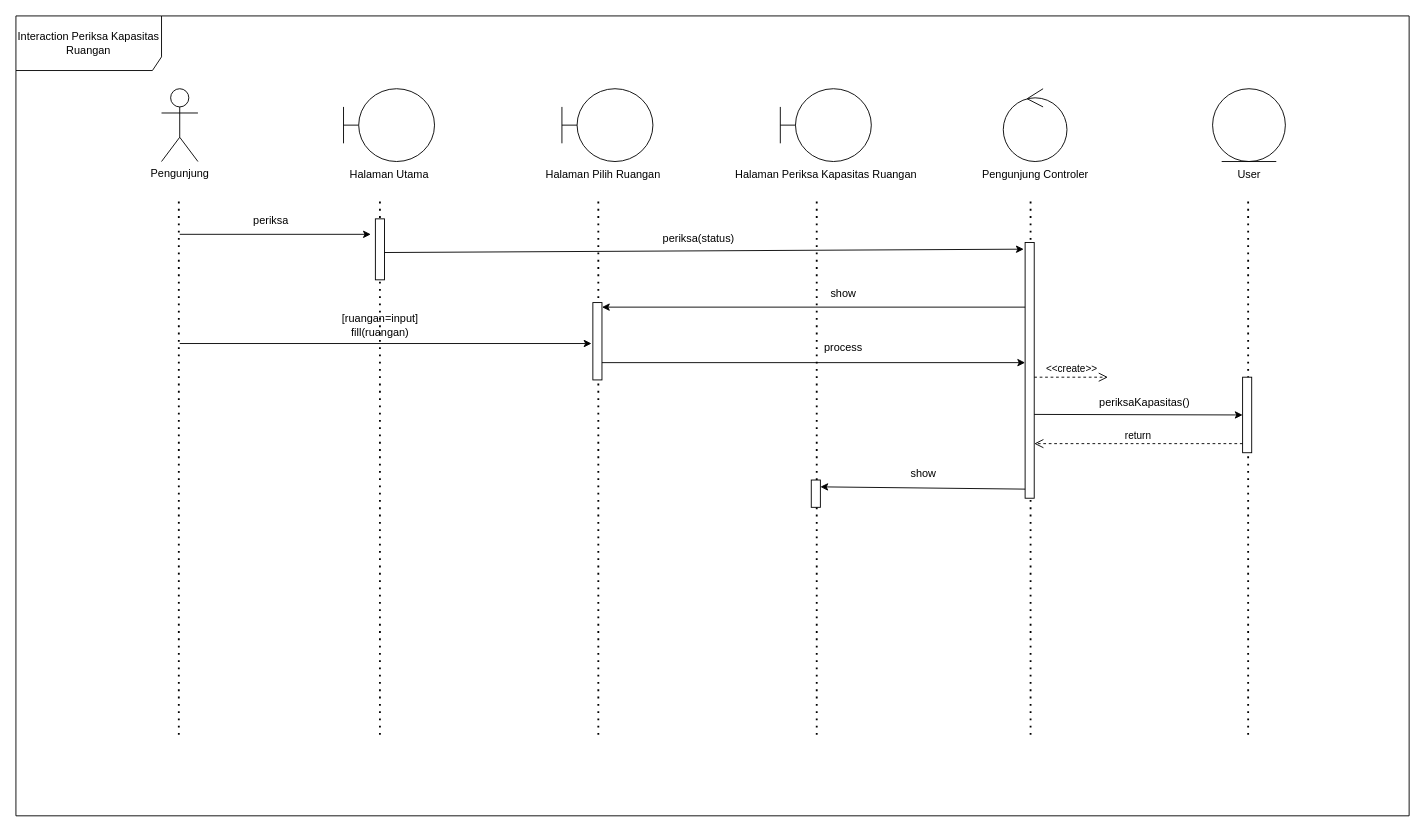
Before: sd-Periksa_Kapasitas_Ruangan.drawio.xml in andrewsalim101/sequence-diagram-rkb, a draw.io diagram. Source tidied: cells renumbered, new cells numbered last; positions are measured from the earlier drawing's top-left corner, leaving out a move shared by most shapes. Both pictures are drawn from the tidied source at 91%, with x=0, y=0 at pixel (15, 15).
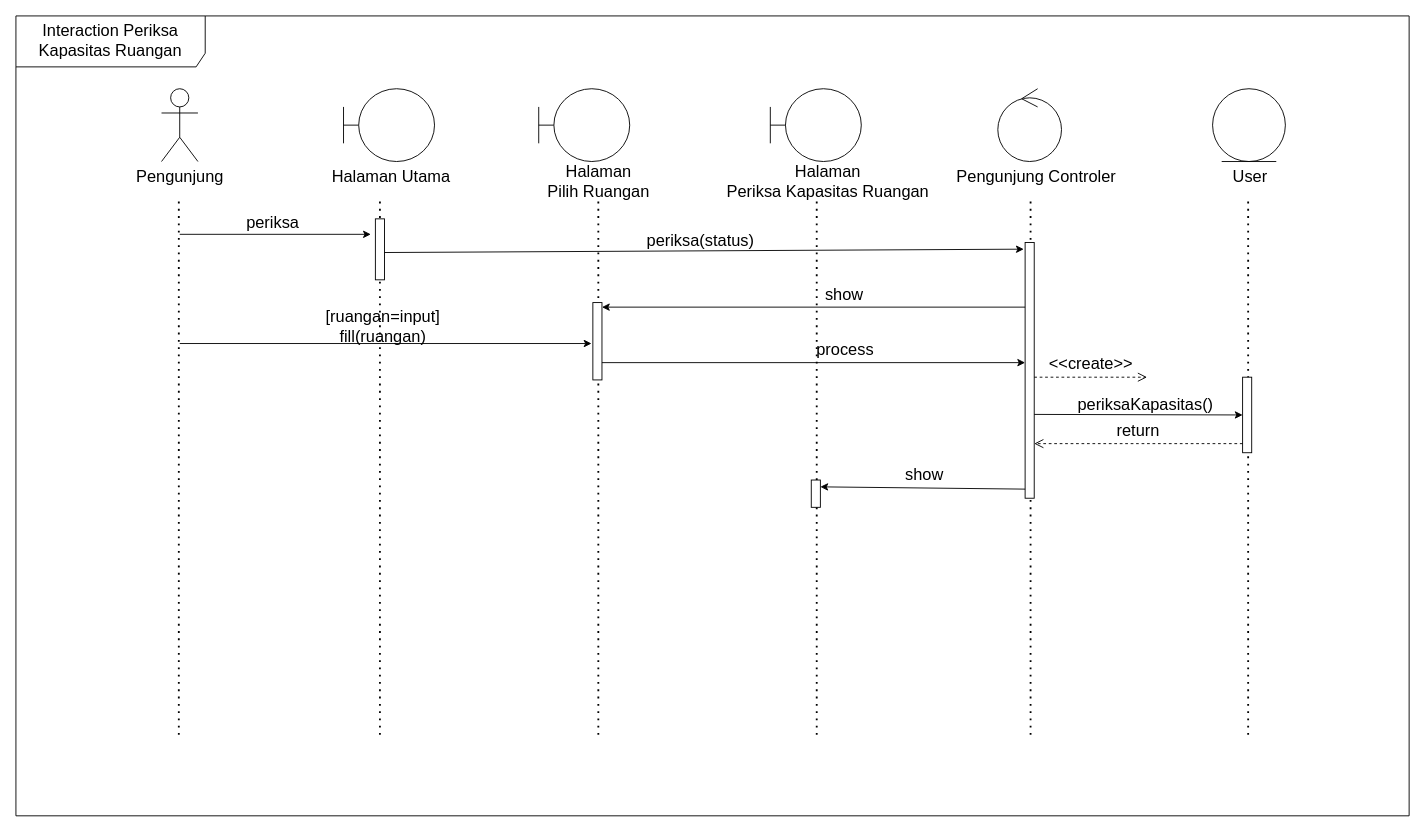
The same page after the edit.

Unchanged cells that the change refers to:
```xml
<mxCell id="20" style="rounded=0;whiteSpace=wrap;html=1;" parent="1" vertex="1">
  <mxGeometry x="1109" y="249" width="10" height="281" as="geometry" />
</mxCell>
```

Diff of the diagram source:
```diff
@@
-    <mxCell id="2" value="Pengunjung" style="shape=umlActor;verticalLabelPosition=bottom;verticalAlign=top;html=1;" parent="1" vertex="1">
+    <mxCell id="2" value="Pengunjung" style="shape=umlActor;verticalLabelPosition=bottom;verticalAlign=top;html=1;fontSize=18;" parent="1" vertex="1">
       <mxGeometry x="160" y="80" width="40" height="80" as="geometry" />
     </mxCell>
@@
-    <mxCell id="5" value="Halaman Utama" style="text;html=1;align=center;verticalAlign=middle;strokeColor=none;fillColor=none;" parent="1" vertex="1">
-      <mxGeometry x="355" y="160" width="110" height="30" as="geometry" />
+    <mxCell id="5" value="Halaman Utama" style="text;html=1;align=center;verticalAlign=middle;strokeColor=none;fillColor=none;fontSize=18;" parent="1" vertex="1">
+      <mxGeometry x="338" y="160" width="148" height="34" as="geometry" />
     </mxCell>
     <mxCell id="6" style="shape=umlBoundary;whiteSpace=wrap;html=1;" parent="1" vertex="1">
-      <mxGeometry x="600" y="80" width="100" height="80" as="geometry" />
+      <mxGeometry x="574.5" y="80" width="100" height="80" as="geometry" />
     </mxCell>
-    <mxCell id="7" value="Halaman Periksa Kapasitas Ruangan" style="text;html=1;align=center;verticalAlign=middle;strokeColor=none;fillColor=none;" parent="1" vertex="1">
-      <mxGeometry x="780" y="160" width="220" height="30" as="geometry" />
+    <mxCell id="7" value="Halaman &lt;br&gt;Periksa Kapasitas Ruangan" style="text;html=1;align=center;verticalAlign=middle;strokeColor=none;fillColor=none;fontSize=18;" parent="1" vertex="1">
+      <mxGeometry x="772" y="154" width="240" height="55" as="geometry" />
     </mxCell>
     <mxCell id="8" style="ellipse;shape=umlControl;whiteSpace=wrap;html=1;" parent="1" vertex="1">
-      <mxGeometry x="1085" y="80" width="70" height="80" as="geometry" />
+      <mxGeometry x="1079" y="80" width="70" height="80" as="geometry" />
     </mxCell>
-    <mxCell id="9" value="Pengunjung Controler" style="text;html=1;align=center;verticalAlign=middle;strokeColor=none;fillColor=none;" parent="1" vertex="1">
-      <mxGeometry x="1050" y="160" width="140" height="30" as="geometry" />
+    <mxCell id="9" value="Pengunjung Controler" style="text;html=1;align=center;verticalAlign=middle;strokeColor=none;fillColor=none;fontSize=18;" parent="1" vertex="1">
+      <mxGeometry x="1024" y="160" width="193" height="34" as="geometry" />
     </mxCell>
@@
-    <mxCell id="11" value="User" style="text;html=1;align=center;verticalAlign=middle;strokeColor=none;fillColor=none;" parent="1" vertex="1">
-      <mxGeometry x="1330" y="160" width="50" height="30" as="geometry" />
+    <mxCell id="11" value="User" style="text;html=1;align=center;verticalAlign=middle;strokeColor=none;fillColor=none;fontSize=18;" parent="1" vertex="1">
+      <mxGeometry x="1328" y="160" width="56" height="34" as="geometry" />
     </mxCell>
@@
-    <mxCell id="18" value="periksa" style="text;html=1;align=center;verticalAlign=middle;strokeColor=none;fillColor=none;" parent="1" vertex="1">
-      <mxGeometry x="250" y="210" width="60" height="30" as="geometry" />
+    <mxCell id="18" value="periksa" style="text;html=1;align=center;verticalAlign=middle;strokeColor=none;fillColor=none;fontSize=18;" parent="1" vertex="1">
+      <mxGeometry x="244" y="210" width="76" height="34" as="geometry" />
     </mxCell>
@@
     <mxCell id="22" style="shape=umlBoundary;whiteSpace=wrap;html=1;" parent="1" vertex="1">
-      <mxGeometry x="840" y="80" width="100" height="80" as="geometry" />
+      <mxGeometry x="829" y="80" width="100" height="80" as="geometry" />
     </mxCell>
-    <mxCell id="23" value="Halaman Pilih Ruangan" style="text;html=1;align=center;verticalAlign=middle;strokeColor=none;fillColor=none;" parent="1" vertex="1">
-      <mxGeometry x="570" y="160" width="150" height="30" as="geometry" />
+    <mxCell id="23" value="Halaman &lt;br&gt;Pilih Ruangan" style="text;html=1;align=center;verticalAlign=middle;strokeColor=none;fillColor=none;fontSize=18;" parent="1" vertex="1">
+      <mxGeometry x="574.5" y="155" width="130" height="55" as="geometry" />
     </mxCell>
@@
-    <mxCell id="30" value="return" style="html=1;verticalAlign=bottom;endArrow=open;dashed=1;endSize=8;edgeStyle=elbowEdgeStyle;elbow=vertical;curved=0;rounded=0;" parent="1" edge="1" target="20">
+    <mxCell id="30" value="return" style="html=1;verticalAlign=bottom;endArrow=open;dashed=1;endSize=8;edgeStyle=elbowEdgeStyle;elbow=vertical;curved=0;rounded=0;fontSize=18;" parent="1" edge="1" target="20">
       <mxGeometry relative="1" as="geometry">
         <mxPoint x="1348" y="470" as="sourcePoint" />
       </mxGeometry>
     </mxCell>
@@
-    <mxCell id="33" value="periksa(status)" style="text;html=1;align=center;verticalAlign=middle;strokeColor=none;fillColor=none;" parent="1" vertex="1">
-      <mxGeometry x="700" y="230" width="100" height="30" as="geometry" />
+    <mxCell id="33" value="periksa(status)" style="text;html=1;align=center;verticalAlign=middle;strokeColor=none;fillColor=none;fontSize=18;" parent="1" vertex="1">
+      <mxGeometry x="684" y="230" width="136" height="34" as="geometry" />
     </mxCell>
-    <mxCell id="34" value="show" style="text;html=1;align=center;verticalAlign=middle;strokeColor=none;fillColor=none;" parent="1" vertex="1">
-      <mxGeometry x="884" y="290" width="50" height="30" as="geometry" />
+    <mxCell id="34" value="show" style="text;html=1;align=center;verticalAlign=middle;strokeColor=none;fillColor=none;fontSize=18;" parent="1" vertex="1">
+      <mxGeometry x="880" y="290" width="60" height="34" as="geometry" />
     </mxCell>
-    <mxCell id="35" value="[ruangan=input]&lt;br&gt;fill(ruangan)" style="text;html=1;align=center;verticalAlign=middle;strokeColor=none;fillColor=none;" parent="1" vertex="1">
-      <mxGeometry x="345" y="320" width="110" height="40" as="geometry" />
+    <mxCell id="35" value="[ruangan=input]&lt;br style=&quot;font-size: 18px;&quot;&gt;fill(ruangan)" style="text;html=1;align=center;verticalAlign=middle;strokeColor=none;fillColor=none;fontSize=18;" parent="1" vertex="1">
+      <mxGeometry x="331" y="314" width="144" height="55" as="geometry" />
     </mxCell>
-    <mxCell id="36" value="process" style="text;html=1;align=center;verticalAlign=middle;strokeColor=none;fillColor=none;" parent="1" vertex="1">
-      <mxGeometry x="874" y="350" width="70" height="30" as="geometry" />
+    <mxCell id="36" value="process" style="text;html=1;align=center;verticalAlign=middle;strokeColor=none;fillColor=none;fontSize=18;" parent="1" vertex="1">
+      <mxGeometry x="870" y="350" width="81" height="34" as="geometry" />
     </mxCell>
-    <mxCell id="37" value="&amp;lt;&amp;lt;create&amp;gt;&amp;gt;" style="html=1;verticalAlign=bottom;endArrow=open;dashed=1;endSize=8;edgeStyle=elbowEdgeStyle;elbow=vertical;curved=0;rounded=0;" parent="1" edge="1">
+    <mxCell id="37" value="&amp;lt;&amp;lt;create&amp;gt;&amp;gt;" style="html=1;verticalAlign=bottom;endArrow=open;dashed=1;endSize=8;edgeStyle=elbowEdgeStyle;elbow=vertical;curved=0;rounded=0;fontSize=18;" parent="1" edge="1">
       <mxGeometry relative="1" as="geometry">
         <mxPoint x="1119" y="397" as="sourcePoint" />
-        <mxPoint x="1200" y="397" as="targetPoint" />
+        <mxPoint x="1243" y="397" as="targetPoint" />
       </mxGeometry>
     </mxCell>
-    <mxCell id="38" value="periksaKapasitas()" style="text;html=1;align=center;verticalAlign=middle;strokeColor=none;fillColor=none;" parent="1" vertex="1">
-      <mxGeometry x="1180" y="410" width="120" height="30" as="geometry" />
+    <mxCell id="38" value="periksaKapasitas()" style="text;html=1;align=center;verticalAlign=middle;strokeColor=none;fillColor=none;fontSize=18;" parent="1" vertex="1">
+      <mxGeometry x="1157" y="410" width="167" height="34" as="geometry" />
     </mxCell>
-    <mxCell id="39" value="Interaction Periksa Kapasitas Ruangan" style="shape=umlFrame;whiteSpace=wrap;html=1;width=160;height=60;" parent="1" vertex="1">
+    <mxCell id="39" value="Interaction Periksa Kapasitas Ruangan" style="shape=umlFrame;whiteSpace=wrap;html=1;width=208;height=56;fontSize=18;" parent="1" vertex="1">
       <mxGeometry width="1531" height="879" as="geometry" />
     </mxCell>
-    <mxCell id="40" value="show" style="text;html=1;align=center;verticalAlign=middle;strokeColor=none;fillColor=none;" parent="1" vertex="1">
-      <mxGeometry x="972" y="488" width="50" height="30" as="geometry" />
+    <mxCell id="40" value="show" style="text;html=1;align=center;verticalAlign=middle;strokeColor=none;fillColor=none;fontSize=18;" parent="1" vertex="1">
+      <mxGeometry x="968" y="488" width="60" height="34" as="geometry" />
     </mxCell>
```
